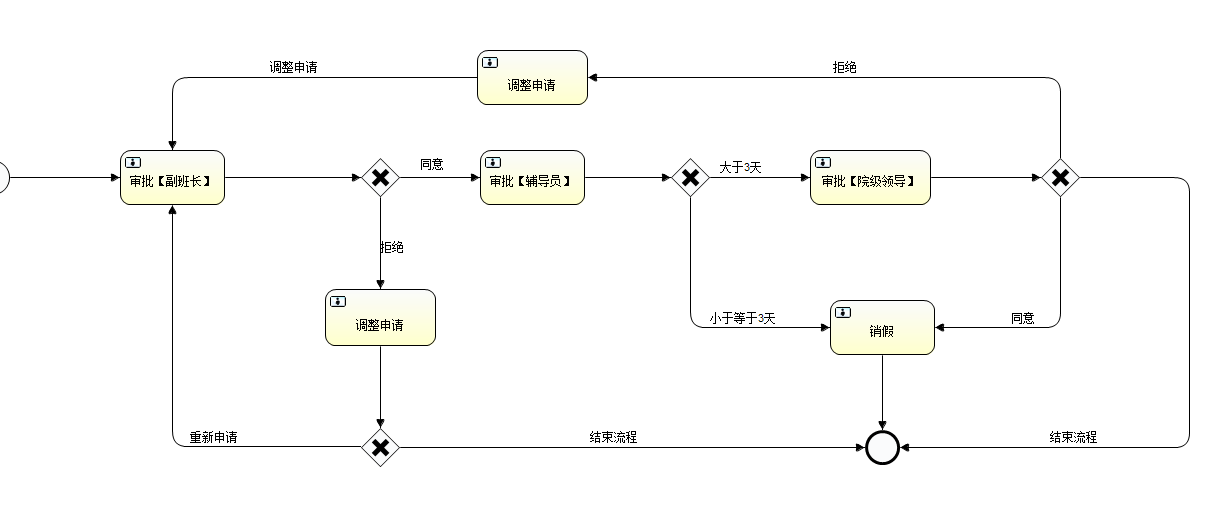
Above: jeecg/src/main/resources/deployments/leave_2.png in cardinals/jeecg_new-1 (BPMN), before the change. Its source is kept beside it as jeecg/src/main/resources/deployments/leave_2.bpmn. Ids are renumbered.
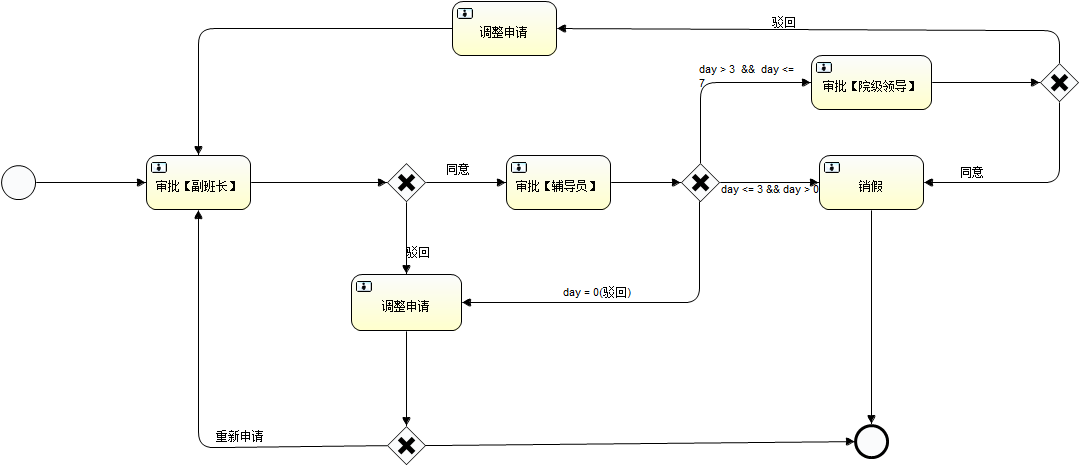
After the change.

Diff of the diagram source:
```diff
@@ -1,173 +1,165 @@
 <definitions xmlns="http://www.omg.org/spec/BPMN/20100524/MODEL" xmlns:xsi="http://www.w3.org/2001/XMLSchema-instance" xmlns:xsd="http://www.w3.org/2001/XMLSchema" xmlns:activiti="http://activiti.org/bpmn" xmlns:bpmndi="http://www.omg.org/spec/BPMN/20100524/DI" xmlns:omgdc="http://www.omg.org/spec/DD/20100524/DC" xmlns:omgdi="http://www.omg.org/spec/DD/20100524/DI" typeLanguage="http://www.w3.org/2001/XMLSchema" expressionLanguage="http://www.w3.org/1999/XPath" targetNamespace="http://www.activiti.org/test">
-  <process id="myProcess" name="My process" isExecutable="true">
+  <process id="leave_2" name="请假流程2" isExecutable="true">
     <startEvent id="startevent1" name="Start"></startEvent>
-    <userTask id="usertask1" name="审批【副班长】"></userTask>
+    <userTask id="usertask1" name="审批【副班长】" activiti:assignee="蓝伟雄"></userTask>
     <exclusiveGateway id="exclusivegateway1" name="Exclusive Gateway"></exclusiveGateway>
-    <userTask id="usertask2" name="审批【辅导员】"></userTask>
+    <userTask id="usertask2" name="审批【辅导员】" activiti:assignee="杨"></userTask>
     <exclusiveGateway id="exclusivegateway2" name="Exclusive Gateway"></exclusiveGateway>
     <endEvent id="endevent1" name="End"></endEvent>
     <exclusiveGateway id="exclusivegateway3" name="Exclusive Gateway"></exclusiveGateway>
     <sequenceFlow id="flow2" sourceRef="usertask1" targetRef="exclusivegateway1"></sequenceFlow>
-    <sequenceFlow id="flow3" name="同意" sourceRef="exclusivegateway1" targetRef="usertask2"></sequenceFlow>
+    <sequenceFlow id="flow3" name="同意" sourceRef="exclusivegateway1" targetRef="usertask2" skipExpression="${flag==1}"></sequenceFlow>
     <userTask id="usertask5" name="审批【院级领导】"></userTask>
-    <sequenceFlow id="flow11" sourceRef="usertask2" targetRef="exclusivegateway2"></sequenceFlow>
-    <sequenceFlow id="flow12" name="大于3天" sourceRef="exclusivegateway2" targetRef="usertask5"></sequenceFlow>
-    <userTask id="usertask6" name="销假"></userTask>
-    <sequenceFlow id="flow13" name="小于等于3天" sourceRef="exclusivegateway2" targetRef="usertask6"></sequenceFlow>
-    <sequenceFlow id="flow14" sourceRef="usertask6" targetRef="endevent1"></sequenceFlow>
     <sequenceFlow id="flow15" sourceRef="startevent1" targetRef="usertask1"></sequenceFlow>
     <userTask id="usertask7" name="调整申请"></userTask>
-    <sequenceFlow id="flow16" name="拒绝" sourceRef="exclusivegateway1" targetRef="usertask7"></sequenceFlow>
+    <sequenceFlow id="flow16" name="驳回" sourceRef="exclusivegateway1" targetRef="usertask7" skipExpression="${flag == 0}"></sequenceFlow>
     <sequenceFlow id="flow17" sourceRef="usertask7" targetRef="exclusivegateway3"></sequenceFlow>
-    <sequenceFlow id="flow18" name="结束流程" sourceRef="exclusivegateway3" targetRef="endevent1"></sequenceFlow>
     <sequenceFlow id="flow19" name="重新申请" sourceRef="exclusivegateway3" targetRef="usertask1"></sequenceFlow>
     <exclusiveGateway id="exclusivegateway4" name="Exclusive Gateway"></exclusiveGateway>
-    <sequenceFlow id="flow21" name="同意" sourceRef="exclusivegateway4" targetRef="usertask6"></sequenceFlow>
-    <sequenceFlow id="flow22" sourceRef="usertask5" targetRef="exclusivegateway4"></sequenceFlow>
-    <userTask id="usertask8" name="调整申请" activiti:async="true"></userTask>
-    <sequenceFlow id="flow23" name="拒绝" sourceRef="exclusivegateway4" targetRef="usertask8"></sequenceFlow>
-    <sequenceFlow id="flow24" name="调整申请" sourceRef="usertask8" targetRef="usertask1"></sequenceFlow>
-    <sequenceFlow id="flow25" name="结束流程" sourceRef="exclusivegateway4" targetRef="endevent1"></sequenceFlow>
+    <sequenceFlow id="flow20" sourceRef="usertask2" targetRef="exclusivegateway2"></sequenceFlow>
+    <sequenceFlow id="flow21" name="day &gt; 3  &amp;&amp;  day &lt;= 7" sourceRef="exclusivegateway2" targetRef="usertask5" skipExpression="${flag &gt; 3 &amp;&amp; flag &lt;= 7}"></sequenceFlow>
+    <userTask id="usertask11" name="销假"></userTask>
+    <sequenceFlow id="flow24" name="day &lt;= 3 &amp;&amp; day &gt; 0 " sourceRef="exclusivegateway2" targetRef="usertask11" skipExpression="${flag &lt;=3  &amp;&amp; flag &gt; 0}"></sequenceFlow>
+    <sequenceFlow id="flow25" name="day = 0(驳回)" sourceRef="exclusivegateway2" targetRef="usertask7" skipExpression="${flag == 0}"></sequenceFlow>
+    <sequenceFlow id="flow26" sourceRef="usertask11" targetRef="endevent1"></sequenceFlow>
+    <sequenceFlow id="flow27" sourceRef="exclusivegateway3" targetRef="endevent1"></sequenceFlow>
+    <sequenceFlow id="flow28" sourceRef="usertask5" targetRef="exclusivegateway4"></sequenceFlow>
+    <sequenceFlow id="flow29" name="同意" sourceRef="exclusivegateway4" targetRef="usertask11" skipExpression="${flag == 1}"></sequenceFlow>
+    <userTask id="usertask12" name="调整申请"></userTask>
+    <sequenceFlow id="flow30" name="驳回" sourceRef="exclusivegateway4" targetRef="usertask12" skipExpression="${flag == 0}"></sequenceFlow>
+    <sequenceFlow id="flow31" sourceRef="usertask12" targetRef="usertask1"></sequenceFlow>
   </process>
-  <bpmndi:BPMNDiagram id="BPMNDiagram_myProcess">
-    <bpmndi:BPMNPlane bpmnElement="myProcess" id="BPMNPlane_myProcess">
+  <bpmndi:BPMNDiagram id="BPMNDiagram_leave_2">
+    <bpmndi:BPMNPlane bpmnElement="leave_2" id="BPMNPlane_leave_2">
       <bpmndi:BPMNShape bpmnElement="startevent1" id="BPMNShape_startevent1">
-        <omgdc:Bounds height="35.0" width="35.0" x="1.0" y="160.0"></omgdc:Bounds>
+        <omgdc:Bounds height="35.0" width="35.0" x="1.0" y="165.0"></omgdc:Bounds>
       </bpmndi:BPMNShape>
       <bpmndi:BPMNShape bpmnElement="usertask1" id="BPMNShape_usertask1">
-        <omgdc:Bounds height="55.0" width="105.0" x="146.0" y="150.0"></omgdc:Bounds>
+        <omgdc:Bounds height="55.0" width="105.0" x="146.0" y="155.0"></omgdc:Bounds>
       </bpmndi:BPMNShape>
       <bpmndi:BPMNShape bpmnElement="exclusivegateway1" id="BPMNShape_exclusivegateway1">
-        <omgdc:Bounds height="40.0" width="40.0" x="386.0" y="157.0"></omgdc:Bounds>
+        <omgdc:Bounds height="40.0" width="40.0" x="386.0" y="162.0"></omgdc:Bounds>
       </bpmndi:BPMNShape>
       <bpmndi:BPMNShape bpmnElement="usertask2" id="BPMNShape_usertask2">
-        <omgdc:Bounds height="55.0" width="105.0" x="506.0" y="150.0"></omgdc:Bounds>
+        <omgdc:Bounds height="55.0" width="105.0" x="506.0" y="155.0"></omgdc:Bounds>
       </bpmndi:BPMNShape>
       <bpmndi:BPMNShape bpmnElement="exclusivegateway2" id="BPMNShape_exclusivegateway2">
-        <omgdc:Bounds height="40.0" width="40.0" x="696.0" y="157.0"></omgdc:Bounds>
+        <omgdc:Bounds height="40.0" width="40.0" x="680.0" y="162.0"></omgdc:Bounds>
       </bpmndi:BPMNShape>
       <bpmndi:BPMNShape bpmnElement="endevent1" id="BPMNShape_endevent1">
-        <omgdc:Bounds height="35.0" width="35.0" x="891.0" y="430.0"></omgdc:Bounds>
+        <omgdc:Bounds height="35.0" width="35.0" x="854.0" y="424.0"></omgdc:Bounds>
       </bpmndi:BPMNShape>
       <bpmndi:BPMNShape bpmnElement="exclusivegateway3" id="BPMNShape_exclusivegateway3">
-        <omgdc:Bounds height="40.0" width="40.0" x="386.0" y="427.0"></omgdc:Bounds>
+        <omgdc:Bounds height="40.0" width="40.0" x="386.0" y="425.0"></omgdc:Bounds>
       </bpmndi:BPMNShape>
       <bpmndi:BPMNShape bpmnElement="usertask5" id="BPMNShape_usertask5">
-        <omgdc:Bounds height="55.0" width="121.0" x="836.0" y="150.0"></omgdc:Bounds>
-      </bpmndi:BPMNShape>
-      <bpmndi:BPMNShape bpmnElement="usertask6" id="BPMNShape_usertask6">
-        <omgdc:Bounds height="55.0" width="105.0" x="856.0" y="300.0"></omgdc:Bounds>
+        <omgdc:Bounds height="55.0" width="121.0" x="811.0" y="55.0"></omgdc:Bounds>
       </bpmndi:BPMNShape>
       <bpmndi:BPMNShape bpmnElement="usertask7" id="BPMNShape_usertask7">
-        <omgdc:Bounds height="57.0" width="111.0" x="351.0" y="289.0"></omgdc:Bounds>
+        <omgdc:Bounds height="57.0" width="111.0" x="351.0" y="274.0"></omgdc:Bounds>
       </bpmndi:BPMNShape>
       <bpmndi:BPMNShape bpmnElement="exclusivegateway4" id="BPMNShape_exclusivegateway4">
-        <omgdc:Bounds height="40.0" width="40.0" x="1066.0" y="157.0"></omgdc:Bounds>
+        <omgdc:Bounds height="40.0" width="40.0" x="1039.0" y="62.0"></omgdc:Bounds>
       </bpmndi:BPMNShape>
-      <bpmndi:BPMNShape bpmnElement="usertask8" id="BPMNShape_usertask8">
-        <omgdc:Bounds height="55.0" width="111.0" x="503.0" y="50.0"></omgdc:Bounds>
+      <bpmndi:BPMNShape bpmnElement="usertask11" id="BPMNShape_usertask11">
+        <omgdc:Bounds height="55.0" width="105.0" x="819.0" y="155.0"></omgdc:Bounds>
+      </bpmndi:BPMNShape>
+      <bpmndi:BPMNShape bpmnElement="usertask12" id="BPMNShape_usertask12">
+        <omgdc:Bounds height="55.0" width="105.0" x="452.0" y="1.0"></omgdc:Bounds>
       </bpmndi:BPMNShape>
       <bpmndi:BPMNEdge bpmnElement="flow2" id="BPMNEdge_flow2">
-        <omgdi:waypoint x="251.0" y="177.0"></omgdi:waypoint>
-        <omgdi:waypoint x="386.0" y="177.0"></omgdi:waypoint>
+        <omgdi:waypoint x="251.0" y="182.0"></omgdi:waypoint>
+        <omgdi:waypoint x="386.0" y="182.0"></omgdi:waypoint>
       </bpmndi:BPMNEdge>
       <bpmndi:BPMNEdge bpmnElement="flow3" id="BPMNEdge_flow3">
-        <omgdi:waypoint x="426.0" y="177.0"></omgdi:waypoint>
-        <omgdi:waypoint x="506.0" y="177.0"></omgdi:waypoint>
+        <omgdi:waypoint x="426.0" y="182.0"></omgdi:waypoint>
+        <omgdi:waypoint x="506.0" y="182.0"></omgdi:waypoint>
         <bpmndi:BPMNLabel>
-          <omgdc:Bounds height="14.0" width="100.0" x="445.0" y="157.0"></omgdc:Bounds>
+          <omgdc:Bounds height="14.0" width="24.0" x="445.0" y="162.0"></omgdc:Bounds>
         </bpmndi:BPMNLabel>
       </bpmndi:BPMNEdge>
-      <bpmndi:BPMNEdge bpmnElement="flow11" id="BPMNEdge_flow11">
-        <omgdi:waypoint x="611.0" y="177.0"></omgdi:waypoint>
-        <omgdi:waypoint x="696.0" y="177.0"></omgdi:waypoint>
-      </bpmndi:BPMNEdge>
-      <bpmndi:BPMNEdge bpmnElement="flow12" id="BPMNEdge_flow12">
-        <omgdi:waypoint x="736.0" y="177.0"></omgdi:waypoint>
-        <omgdi:waypoint x="836.0" y="177.0"></omgdi:waypoint>
-        <bpmndi:BPMNLabel>
-          <omgdc:Bounds height="14.0" width="100.0" x="745.0" y="160.0"></omgdc:Bounds>
-        </bpmndi:BPMNLabel>
-      </bpmndi:BPMNEdge>
-      <bpmndi:BPMNEdge bpmnElement="flow13" id="BPMNEdge_flow13">
-        <omgdi:waypoint x="716.0" y="197.0"></omgdi:waypoint>
-        <omgdi:waypoint x="716.0" y="327.0"></omgdi:waypoint>
-        <omgdi:waypoint x="856.0" y="327.0"></omgdi:waypoint>
-        <bpmndi:BPMNLabel>
-          <omgdc:Bounds height="14.0" width="100.0" x="736.0" y="310.0"></omgdc:Bounds>
-        </bpmndi:BPMNLabel>
-      </bpmndi:BPMNEdge>
-      <bpmndi:BPMNEdge bpmnElement="flow14" id="BPMNEdge_flow14">
-        <omgdi:waypoint x="908.0" y="355.0"></omgdi:waypoint>
-        <omgdi:waypoint x="908.0" y="430.0"></omgdi:waypoint>
-      </bpmndi:BPMNEdge>
       <bpmndi:BPMNEdge bpmnElement="flow15" id="BPMNEdge_flow15">
-        <omgdi:waypoint x="36.0" y="177.0"></omgdi:waypoint>
-        <omgdi:waypoint x="146.0" y="177.0"></omgdi:waypoint>
+        <omgdi:waypoint x="36.0" y="182.0"></omgdi:waypoint>
+        <omgdi:waypoint x="146.0" y="182.0"></omgdi:waypoint>
       </bpmndi:BPMNEdge>
       <bpmndi:BPMNEdge bpmnElement="flow16" id="BPMNEdge_flow16">
-        <omgdi:waypoint x="406.0" y="197.0"></omgdi:waypoint>
-        <omgdi:waypoint x="406.0" y="289.0"></omgdi:waypoint>
+        <omgdi:waypoint x="406.0" y="202.0"></omgdi:waypoint>
+        <omgdi:waypoint x="406.0" y="274.0"></omgdi:waypoint>
         <bpmndi:BPMNLabel>
-          <omgdc:Bounds height="14.0" width="100.0" x="406.0" y="239.0"></omgdc:Bounds>
+          <omgdc:Bounds height="14.0" width="24.0" x="406.0" y="244.0"></omgdc:Bounds>
         </bpmndi:BPMNLabel>
       </bpmndi:BPMNEdge>
       <bpmndi:BPMNEdge bpmnElement="flow17" id="BPMNEdge_flow17">
-        <omgdi:waypoint x="406.0" y="346.0"></omgdi:waypoint>
-        <omgdi:waypoint x="406.0" y="427.0"></omgdi:waypoint>
+        <omgdi:waypoint x="406.0" y="331.0"></omgdi:waypoint>
+        <omgdi:waypoint x="406.0" y="425.0"></omgdi:waypoint>
       </bpmndi:BPMNEdge>
-      <bpmndi:BPMNEdge bpmnElement="flow18" id="BPMNEdge_flow18">
-        <omgdi:waypoint x="426.0" y="447.0"></omgdi:waypoint>
-        <omgdi:waypoint x="891.0" y="447.0"></omgdi:waypoint>
+      <bpmndi:BPMNEdge bpmnElement="flow19" id="BPMNEdge_flow19">
+        <omgdi:waypoint x="386.0" y="445.0"></omgdi:waypoint>
+        <omgdi:waypoint x="198.0" y="447.0"></omgdi:waypoint>
+        <omgdi:waypoint x="198.0" y="210.0"></omgdi:waypoint>
         <bpmndi:BPMNLabel>
-          <omgdc:Bounds height="14.0" width="100.0" x="615.0" y="430.0"></omgdc:Bounds>
+          <omgdc:Bounds height="14.0" width="48.0" x="217.0" y="429.0"></omgdc:Bounds>
         </bpmndi:BPMNLabel>
       </bpmndi:BPMNEdge>
-      <bpmndi:BPMNEdge bpmnElement="flow19" id="BPMNEdge_flow19">
-        <omgdi:waypoint x="386.0" y="447.0"></omgdi:waypoint>
-        <omgdi:waypoint x="198.0" y="446.0"></omgdi:waypoint>
-        <omgdi:waypoint x="198.0" y="205.0"></omgdi:waypoint>
-        <bpmndi:BPMNLabel>
-          <omgdc:Bounds height="14.0" width="100.0" x="217.0" y="431.0"></omgdc:Bounds>
-        </bpmndi:BPMNLabel>
+      <bpmndi:BPMNEdge bpmnElement="flow20" id="BPMNEdge_flow20">
+        <omgdi:waypoint x="611.0" y="182.0"></omgdi:waypoint>
+        <omgdi:waypoint x="680.0" y="182.0"></omgdi:waypoint>
       </bpmndi:BPMNEdge>
       <bpmndi:BPMNEdge bpmnElement="flow21" id="BPMNEdge_flow21">
-        <omgdi:waypoint x="1086.0" y="197.0"></omgdi:waypoint>
-        <omgdi:waypoint x="1086.0" y="327.0"></omgdi:waypoint>
-        <omgdi:waypoint x="961.0" y="327.0"></omgdi:waypoint>
+        <omgdi:waypoint x="700.0" y="162.0"></omgdi:waypoint>
+        <omgdi:waypoint x="700.0" y="82.0"></omgdi:waypoint>
+        <omgdi:waypoint x="811.0" y="82.0"></omgdi:waypoint>
         <bpmndi:BPMNLabel>
-          <omgdc:Bounds height="14.0" width="100.0" x="1037.0" y="310.0"></omgdc:Bounds>
-        </bpmndi:BPMNLabel>
-      </bpmndi:BPMNEdge>
-      <bpmndi:BPMNEdge bpmnElement="flow22" id="BPMNEdge_flow22">
-        <omgdi:waypoint x="957.0" y="177.0"></omgdi:waypoint>
-        <omgdi:waypoint x="1066.0" y="177.0"></omgdi:waypoint>
-      </bpmndi:BPMNEdge>
-      <bpmndi:BPMNEdge bpmnElement="flow23" id="BPMNEdge_flow23">
-        <omgdi:waypoint x="1086.0" y="157.0"></omgdi:waypoint>
-        <omgdi:waypoint x="1086.0" y="77.0"></omgdi:waypoint>
-        <omgdi:waypoint x="614.0" y="77.0"></omgdi:waypoint>
-        <bpmndi:BPMNLabel>
-          <omgdc:Bounds height="14.0" width="100.0" x="859.0" y="61.0"></omgdc:Bounds>
+          <omgdc:Bounds height="42.0" width="100.0" x="699.0" y="63.0"></omgdc:Bounds>
         </bpmndi:BPMNLabel>
       </bpmndi:BPMNEdge>
       <bpmndi:BPMNEdge bpmnElement="flow24" id="BPMNEdge_flow24">
-        <omgdi:waypoint x="503.0" y="77.0"></omgdi:waypoint>
-        <omgdi:waypoint x="198.0" y="77.0"></omgdi:waypoint>
-        <omgdi:waypoint x="198.0" y="150.0"></omgdi:waypoint>
+        <omgdi:waypoint x="720.0" y="182.0"></omgdi:waypoint>
+        <omgdi:waypoint x="819.0" y="182.0"></omgdi:waypoint>
         <bpmndi:BPMNLabel>
-          <omgdc:Bounds height="14.0" width="100.0" x="297.0" y="60.0"></omgdc:Bounds>
+          <omgdc:Bounds height="42.0" width="100.0" x="720.0" y="182.0"></omgdc:Bounds>
         </bpmndi:BPMNLabel>
       </bpmndi:BPMNEdge>
       <bpmndi:BPMNEdge bpmnElement="flow25" id="BPMNEdge_flow25">
-        <omgdi:waypoint x="1106.0" y="177.0"></omgdi:waypoint>
-        <omgdi:waypoint x="1215.0" y="177.0"></omgdi:waypoint>
-        <omgdi:waypoint x="1215.0" y="310.0"></omgdi:waypoint>
-        <omgdi:waypoint x="1215.0" y="447.0"></omgdi:waypoint>
-        <omgdi:waypoint x="926.0" y="447.0"></omgdi:waypoint>
+        <omgdi:waypoint x="700.0" y="202.0"></omgdi:waypoint>
+        <omgdi:waypoint x="699.0" y="302.0"></omgdi:waypoint>
+        <omgdi:waypoint x="462.0" y="302.0"></omgdi:waypoint>
         <bpmndi:BPMNLabel>
-          <omgdc:Bounds height="14.0" width="100.0" x="1075.0" y="430.0"></omgdc:Bounds>
+          <omgdc:Bounds height="14.0" width="68.0" x="564.0" y="284.0"></omgdc:Bounds>
         </bpmndi:BPMNLabel>
+      </bpmndi:BPMNEdge>
+      <bpmndi:BPMNEdge bpmnElement="flow26" id="BPMNEdge_flow26">
+        <omgdi:waypoint x="871.0" y="210.0"></omgdi:waypoint>
+        <omgdi:waypoint x="871.0" y="424.0"></omgdi:waypoint>
+      </bpmndi:BPMNEdge>
+      <bpmndi:BPMNEdge bpmnElement="flow27" id="BPMNEdge_flow27">
+        <omgdi:waypoint x="426.0" y="445.0"></omgdi:waypoint>
+        <omgdi:waypoint x="854.0" y="441.0"></omgdi:waypoint>
+      </bpmndi:BPMNEdge>
+      <bpmndi:BPMNEdge bpmnElement="flow28" id="BPMNEdge_flow28">
+        <omgdi:waypoint x="932.0" y="82.0"></omgdi:waypoint>
+        <omgdi:waypoint x="1039.0" y="82.0"></omgdi:waypoint>
+      </bpmndi:BPMNEdge>
+      <bpmndi:BPMNEdge bpmnElement="flow29" id="BPMNEdge_flow29">
+        <omgdi:waypoint x="1059.0" y="102.0"></omgdi:waypoint>
+        <omgdi:waypoint x="1059.0" y="182.0"></omgdi:waypoint>
+        <omgdi:waypoint x="924.0" y="182.0"></omgdi:waypoint>
+        <bpmndi:BPMNLabel>
+          <omgdc:Bounds height="14.0" width="100.0" x="960.0" y="164.0"></omgdc:Bounds>
+        </bpmndi:BPMNLabel>
+      </bpmndi:BPMNEdge>
+      <bpmndi:BPMNEdge bpmnElement="flow30" id="BPMNEdge_flow30">
+        <omgdi:waypoint x="1059.0" y="62.0"></omgdi:waypoint>
+        <omgdi:waypoint x="1059.0" y="30.0"></omgdi:waypoint>
+        <omgdi:waypoint x="557.0" y="28.0"></omgdi:waypoint>
+        <bpmndi:BPMNLabel>
+          <omgdc:Bounds height="14.0" width="100.0" x="772.0" y="16.0"></omgdc:Bounds>
+        </bpmndi:BPMNLabel>
+      </bpmndi:BPMNEdge>
+      <bpmndi:BPMNEdge bpmnElement="flow31" id="BPMNEdge_flow31">
+        <omgdi:waypoint x="452.0" y="28.0"></omgdi:waypoint>
+        <omgdi:waypoint x="198.0" y="28.0"></omgdi:waypoint>
+        <omgdi:waypoint x="198.0" y="155.0"></omgdi:waypoint>
       </bpmndi:BPMNEdge>
     </bpmndi:BPMNPlane>
   </bpmndi:BPMNDiagram>
```
